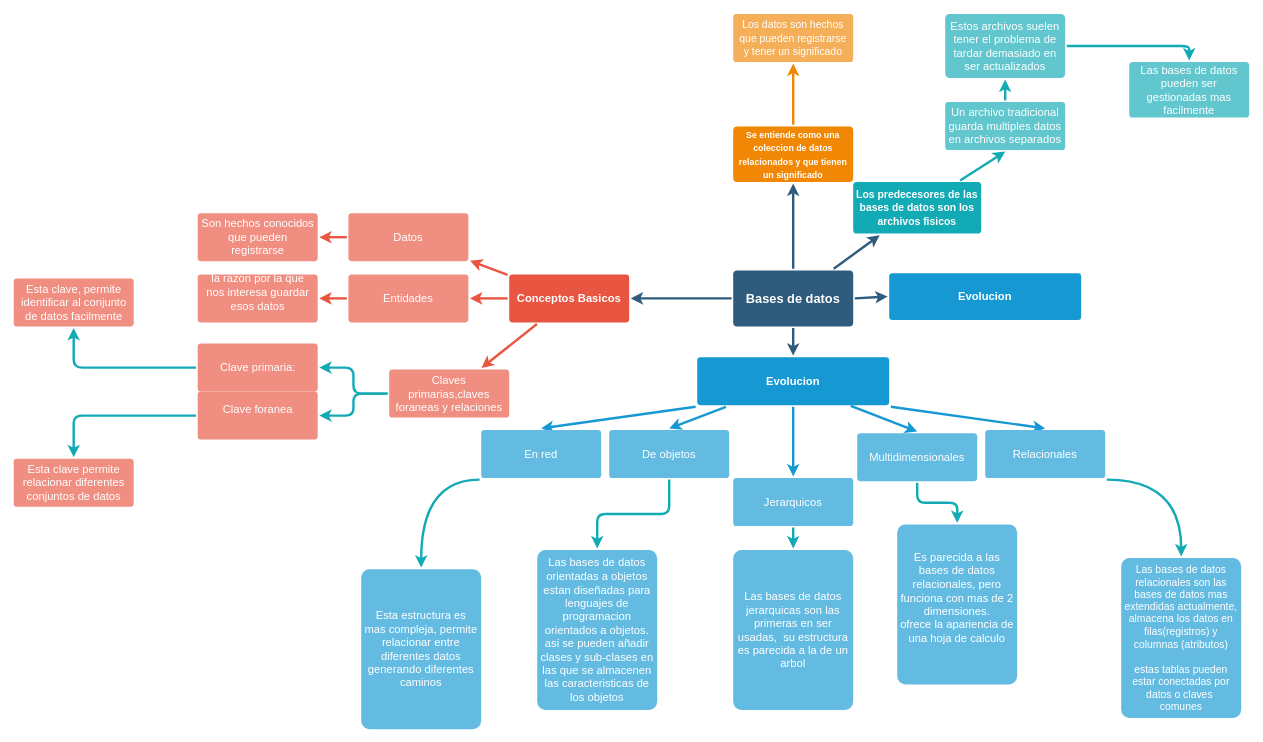
Krono159/bases-de-datos keeps this draw.io diagram as bases de datos/Untitled Diagram.drawio. Above is the earlier version. Source tidied: cells renumbered, new cells numbered last; positions are measured from the earlier drawing's top-left corner, leaving out a move shared by most shapes. Both pictures are drawn from the tidied source at 80%, with x=0, y=0 at pixel (14, 14).
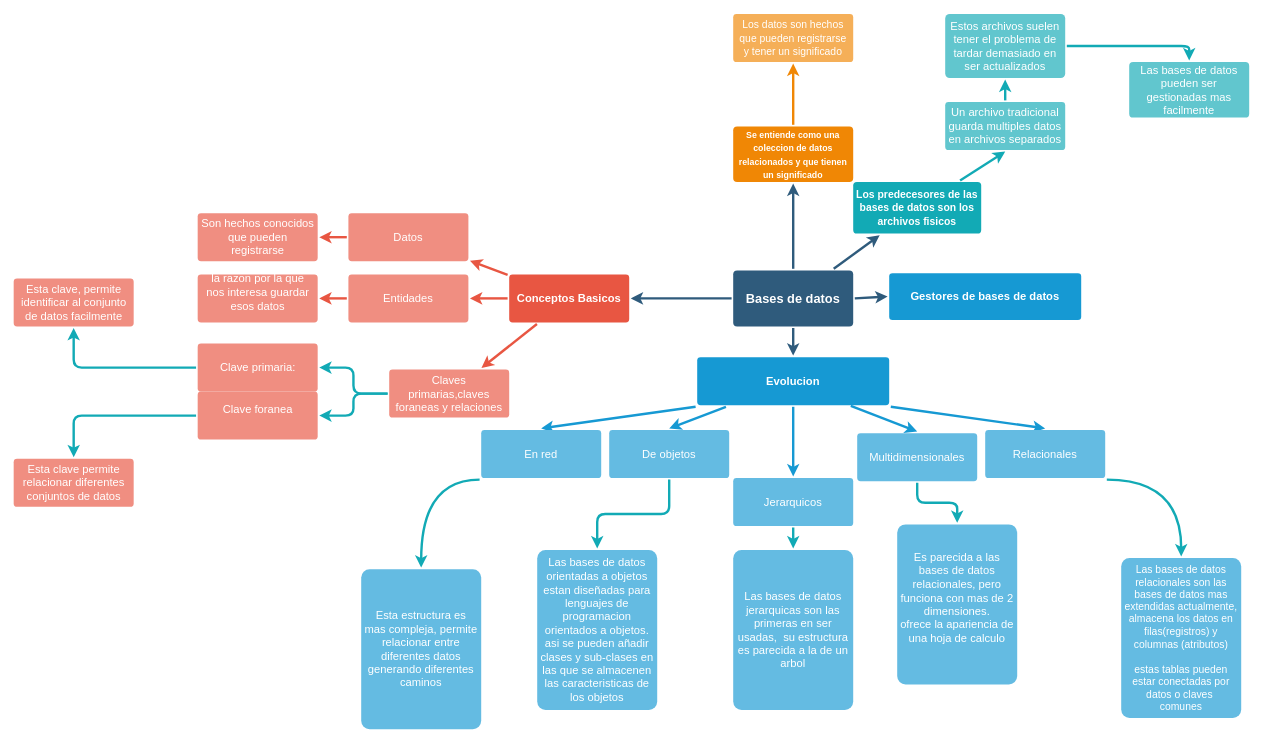
After the change.

The edit, as a diff of the source:
```diff
@@
-    <mxCell id="59" value="Evolucion" style="rounded=1;whiteSpace=wrap;html=1;shadow=0;labelBackgroundColor=none;strokeColor=none;strokeWidth=3;fillColor=#1699d3;fontFamily=Helvetica;fontSize=14;fontColor=#FFFFFF;align=center;spacing=5;fontStyle=1;arcSize=7;perimeterSpacing=2;" parent="1" vertex="1">
+    <mxCell id="59" value="&lt;div&gt;Gestores de bases de datos&lt;/div&gt;" style="rounded=1;whiteSpace=wrap;html=1;shadow=0;labelBackgroundColor=none;strokeColor=none;strokeWidth=3;fillColor=#1699d3;fontFamily=Helvetica;fontSize=14;fontColor=#FFFFFF;align=center;spacing=5;fontStyle=1;arcSize=7;perimeterSpacing=2;" parent="1" vertex="1">
       <mxGeometry x="1094" y="324" width="240" height="58.5" as="geometry" />
     </mxCell>
```
